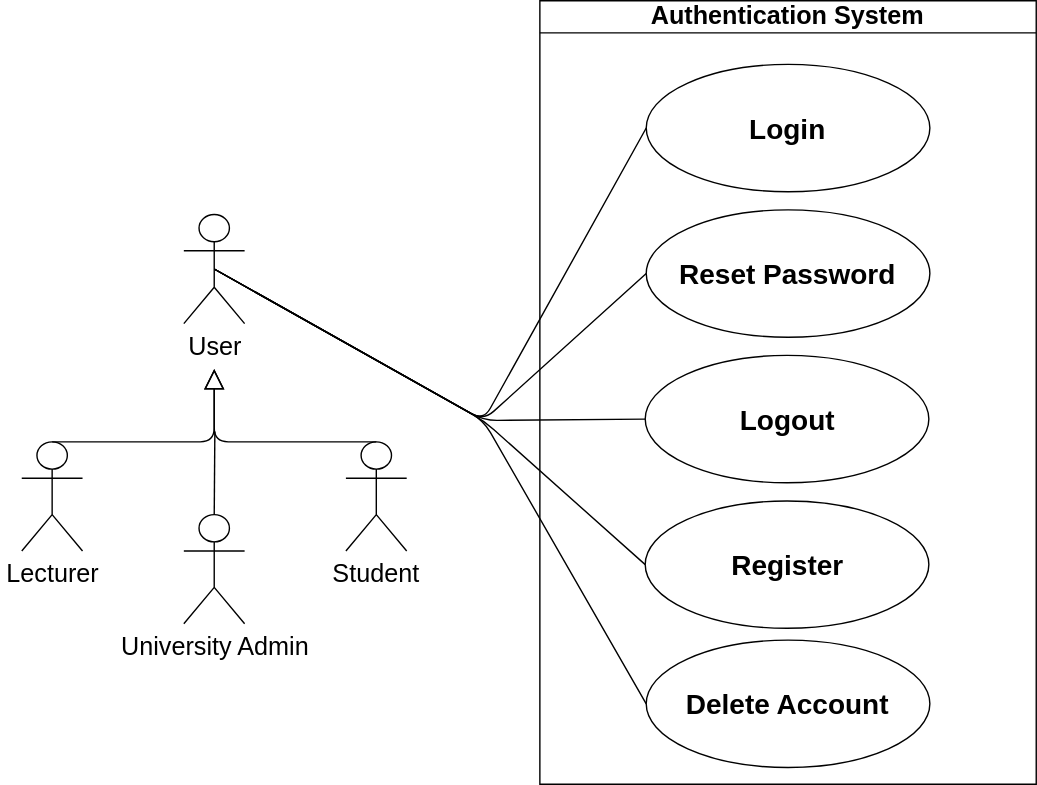
Earlier version of the draw.io export docs/diagrams/requirements/Authentication_System.svg (COS301-SE-2026/UMTAS). Source tidied: cells renumbered, new cells last; positions are measured from the earlier drawing's top-left corner, leaving out a move shared by most shapes. The source it was exported from:
```xml
<mxGraphModel>
  <root>
    <mxCell id="0" />
    <mxCell id="1" parent="0" />
    <mxCell id="2" style="group;" parent="1" vertex="1">
      <mxGeometry width="740" height="560" as="geometry" />
    </mxCell>
    <mxCell id="3" style="endArrow=none;html=1;exitX=0.5;exitY=0;exitDx=0;exitDy=0;exitPerimeter=0;" parent="2" edge="1" source="11">
      <mxGeometry relative="1" as="geometry">
        <mxPoint x="153" y="307.9" as="targetPoint" />
      </mxGeometry>
    </mxCell>
    <mxCell id="4" style="endArrow=none;html=1;exitX=0.5;exitY=0.5;exitDx=0;exitDy=0;exitPerimeter=0;entryX=0;entryY=0.5;entryDx=0;entryDy=0;" parent="2" edge="1" source="9" target="16">
      <mxGeometry relative="1" as="geometry">
        <Array as="points">
          <mxPoint x="345" y="300" />
        </Array>
      </mxGeometry>
    </mxCell>
    <mxCell id="5" style="endArrow=none;html=1;exitX=0.5;exitY=0.5;exitDx=0;exitDy=0;exitPerimeter=0;entryX=0;entryY=0.5;entryDx=0;entryDy=0;" parent="2" edge="1" source="9" target="17">
      <mxGeometry relative="1" as="geometry">
        <Array as="points">
          <mxPoint x="345" y="300" />
        </Array>
      </mxGeometry>
    </mxCell>
    <mxCell id="6" style="endArrow=none;html=1;entryX=0.5;entryY=0.5;entryDx=0;entryDy=0;entryPerimeter=0;exitX=0;exitY=0.5;exitDx=0;exitDy=0;" parent="2" edge="1" source="18" target="9">
      <mxGeometry relative="1" as="geometry">
        <Array as="points">
          <mxPoint x="345" y="300" />
        </Array>
      </mxGeometry>
    </mxCell>
    <mxCell id="7" style="endArrow=none;html=1;exitX=0.5;exitY=0.5;exitDx=0;exitDy=0;exitPerimeter=0;entryX=0;entryY=0.5;entryDx=0;entryDy=0;" parent="2" edge="1" source="9" target="19">
      <mxGeometry relative="1" as="geometry">
        <Array as="points">
          <mxPoint x="345" y="300" />
        </Array>
      </mxGeometry>
    </mxCell>
    <mxCell id="8" style="endArrow=none;html=1;exitX=0.5;exitY=0.5;exitDx=0;exitDy=0;exitPerimeter=0;entryX=0;entryY=0.5;entryDx=0;entryDy=0;" parent="2" edge="1" source="9" target="20">
      <mxGeometry relative="1" as="geometry">
        <Array as="points">
          <mxPoint x="345" y="300" />
        </Array>
      </mxGeometry>
    </mxCell>
    <mxCell id="9" value="&lt;font style=&quot;font-size: 18px;&quot;&gt;User&lt;/font&gt;" style="shape=umlActor;verticalLabelPosition=bottom;verticalAlign=top;html=1;outlineConnect=0;" parent="2" vertex="1">
      <mxGeometry x="130.8" y="152.8" width="43.4" height="78" as="geometry" />
    </mxCell>
    <mxCell id="10" value="&lt;font style=&quot;font-size: 18px;&quot;&gt;Lecturer&lt;/font&gt;" style="shape=umlActor;verticalLabelPosition=bottom;verticalAlign=top;html=1;outlineConnect=0;" parent="2" vertex="1">
      <mxGeometry x="15" y="315.2" width="43.4" height="78" as="geometry" />
    </mxCell>
    <mxCell id="11" value="&lt;font style=&quot;font-size: 18px;&quot;&gt;University Admin&lt;/font&gt;" style="shape=umlActor;verticalLabelPosition=bottom;verticalAlign=top;html=1;outlineConnect=0;" parent="2" vertex="1">
      <mxGeometry x="130.8" y="367.2" width="43.4" height="78" as="geometry" />
    </mxCell>
    <mxCell id="12" value="&lt;font style=&quot;font-size: 18px;&quot;&gt;Student&lt;/font&gt;" style="shape=umlActor;verticalLabelPosition=bottom;verticalAlign=top;html=1;outlineConnect=0;" parent="2" vertex="1">
      <mxGeometry x="246.7" y="315.2" width="43.4" height="78" as="geometry" />
    </mxCell>
    <mxCell id="13" style="edgeStyle=none;html=1;endSize=12;endArrow=block;endFill=0;exitX=0.5;exitY=0;exitDx=0;exitDy=0;exitPerimeter=0;" parent="2" edge="1" source="10">
      <mxGeometry relative="1" as="geometry">
        <mxPoint x="152.5" y="263.2" as="targetPoint" />
        <Array as="points">
          <mxPoint x="152.5" y="315.2" />
        </Array>
      </mxGeometry>
    </mxCell>
    <mxCell id="14" style="edgeStyle=none;html=1;endSize=12;endArrow=block;endFill=0;exitX=0.5;exitY=0;exitDx=0;exitDy=0;exitPerimeter=0;" parent="2" edge="1" source="12">
      <mxGeometry relative="1" as="geometry">
        <mxPoint x="152.5" y="263.2" as="targetPoint" />
        <Array as="points">
          <mxPoint x="152.5" y="315.2" />
        </Array>
      </mxGeometry>
    </mxCell>
    <mxCell id="15" value="&lt;font style=&quot;font-size: 18px;&quot;&gt;Authentication System&lt;/font&gt;" style="swimlane;whiteSpace=wrap;html=1;" parent="2" vertex="1">
      <mxGeometry x="385.3" width="354.7" height="560" as="geometry" />
    </mxCell>
    <mxCell id="16" value="&lt;font style=&quot;font-size: 20px;&quot;&gt;&lt;b&gt;Logout&lt;/b&gt;&lt;/font&gt;" style="ellipse;whiteSpace=wrap;html=1;" parent="2" vertex="1">
      <mxGeometry x="460.6" y="253.5" width="202.7" height="91" as="geometry" />
    </mxCell>
    <mxCell id="17" value="&lt;font style=&quot;font-size: 20px;&quot;&gt;&lt;b&gt;Login&lt;/b&gt;&lt;/font&gt;" style="ellipse;whiteSpace=wrap;html=1;" parent="2" vertex="1">
      <mxGeometry x="461.3" y="45.5" width="202.7" height="91" as="geometry" />
    </mxCell>
    <mxCell id="18" value="&lt;font style=&quot;font-size: 20px;&quot;&gt;&lt;b&gt;Reset Password&lt;/b&gt;&lt;/font&gt;" style="ellipse;whiteSpace=wrap;html=1;" parent="2" vertex="1">
      <mxGeometry x="461.3" y="149.5" width="202.7" height="91" as="geometry" />
    </mxCell>
    <mxCell id="19" value="&lt;font style=&quot;font-size: 20px;&quot;&gt;&lt;b&gt;Register&lt;/b&gt;&lt;/font&gt;" style="ellipse;whiteSpace=wrap;html=1;" parent="2" vertex="1">
      <mxGeometry x="460.6" y="357.5" width="202.7" height="91" as="geometry" />
    </mxCell>
    <mxCell id="20" value="&lt;font style=&quot;font-size: 20px;&quot;&gt;&lt;b&gt;Delete Account&lt;/b&gt;&lt;/font&gt;" style="ellipse;whiteSpace=wrap;html=1;" parent="2" vertex="1">
      <mxGeometry x="461.3" y="457" width="202.7" height="91" as="geometry" />
    </mxCell>
  </root>
</mxGraphModel>
```
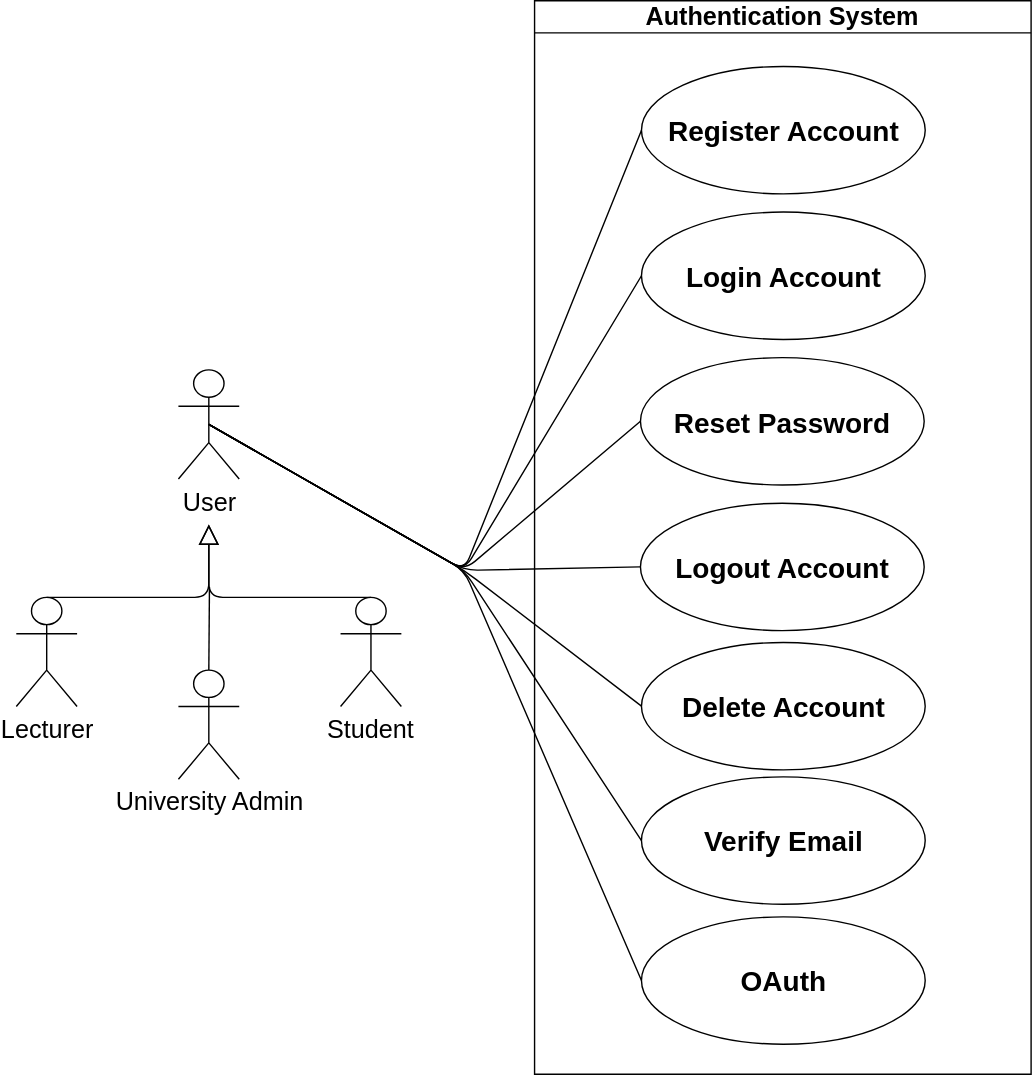
Later version of the same file.

Diff of the diagram source:
```diff
@@ -2,94 +2,114 @@
   <root>
     <mxCell id="0" />
     <mxCell id="1" parent="0" />
-    <mxCell id="2" style="group;" parent="1" vertex="1">
-      <mxGeometry width="740" height="560" as="geometry" />
-    </mxCell>
+    <mxCell id="21" style="group;" parent="1" vertex="1">
+      <mxGeometry x="15" y="-7" width="725" height="767" as="geometry" />
+    </mxCell>
-    <mxCell id="3" style="endArrow=none;html=1;exitX=0.5;exitY=0;exitDx=0;exitDy=0;exitPerimeter=0;" parent="2" edge="1" source="11">
+    <mxCell id="3" style="endArrow=none;html=1;exitX=0.5;exitY=0;exitDx=0;exitDy=0;exitPerimeter=0;" parent="21" edge="1" source="11">
       <mxGeometry relative="1" as="geometry">
-        <mxPoint x="153" y="307.9" as="targetPoint" />
+        <mxPoint x="138" y="418.9" as="targetPoint" />
       </mxGeometry>
     </mxCell>
-    <mxCell id="4" style="endArrow=none;html=1;exitX=0.5;exitY=0.5;exitDx=0;exitDy=0;exitPerimeter=0;entryX=0;entryY=0.5;entryDx=0;entryDy=0;" parent="2" edge="1" source="9" target="16">
+    <mxCell id="4" style="endArrow=none;html=1;exitX=0.5;exitY=0.5;exitDx=0;exitDy=0;exitPerimeter=0;entryX=0;entryY=0.5;entryDx=0;entryDy=0;" parent="21" edge="1" source="9" target="16">
       <mxGeometry relative="1" as="geometry">
         <Array as="points">
-          <mxPoint x="345" y="300" />
+          <mxPoint x="320" y="407" />
         </Array>
       </mxGeometry>
     </mxCell>
-    <mxCell id="5" style="endArrow=none;html=1;exitX=0.5;exitY=0.5;exitDx=0;exitDy=0;exitPerimeter=0;entryX=0;entryY=0.5;entryDx=0;entryDy=0;" parent="2" edge="1" source="9" target="17">
+    <mxCell id="5" style="endArrow=none;html=1;exitX=0.5;exitY=0.5;exitDx=0;exitDy=0;exitPerimeter=0;entryX=0;entryY=0.5;entryDx=0;entryDy=0;" parent="21" edge="1" source="9" target="17">
       <mxGeometry relative="1" as="geometry">
         <Array as="points">
-          <mxPoint x="345" y="300" />
+          <mxPoint x="320" y="407" />
         </Array>
       </mxGeometry>
     </mxCell>
-    <mxCell id="6" style="endArrow=none;html=1;entryX=0.5;entryY=0.5;entryDx=0;entryDy=0;entryPerimeter=0;exitX=0;exitY=0.5;exitDx=0;exitDy=0;" parent="2" edge="1" source="18" target="9">
+    <mxCell id="6" style="endArrow=none;html=1;entryX=0.5;entryY=0.5;entryDx=0;entryDy=0;entryPerimeter=0;exitX=0;exitY=0.5;exitDx=0;exitDy=0;" parent="21" edge="1" source="18" target="9">
       <mxGeometry relative="1" as="geometry">
         <Array as="points">
-          <mxPoint x="345" y="300" />
+          <mxPoint x="320" y="407" />
         </Array>
       </mxGeometry>
     </mxCell>
-    <mxCell id="7" style="endArrow=none;html=1;exitX=0.5;exitY=0.5;exitDx=0;exitDy=0;exitPerimeter=0;entryX=0;entryY=0.5;entryDx=0;entryDy=0;" parent="2" edge="1" source="9" target="19">
+    <mxCell id="7" style="endArrow=none;html=1;exitX=0.5;exitY=0.5;exitDx=0;exitDy=0;exitPerimeter=0;entryX=0;entryY=0.5;entryDx=0;entryDy=0;" parent="21" edge="1" source="9" target="19">
       <mxGeometry relative="1" as="geometry">
         <Array as="points">
-          <mxPoint x="345" y="300" />
+          <mxPoint x="320" y="407" />
         </Array>
       </mxGeometry>
     </mxCell>
-    <mxCell id="8" style="endArrow=none;html=1;exitX=0.5;exitY=0.5;exitDx=0;exitDy=0;exitPerimeter=0;entryX=0;entryY=0.5;entryDx=0;entryDy=0;" parent="2" edge="1" source="9" target="20">
+    <mxCell id="8" style="endArrow=none;html=1;exitX=0.5;exitY=0.5;exitDx=0;exitDy=0;exitPerimeter=0;entryX=0;entryY=0.5;entryDx=0;entryDy=0;" parent="21" edge="1" source="9" target="20">
       <mxGeometry relative="1" as="geometry">
         <Array as="points">
-          <mxPoint x="345" y="300" />
+          <mxPoint x="320" y="407" />
         </Array>
       </mxGeometry>
     </mxCell>
-    <mxCell id="9" value="&lt;font style=&quot;font-size: 18px;&quot;&gt;User&lt;/font&gt;" style="shape=umlActor;verticalLabelPosition=bottom;verticalAlign=top;html=1;outlineConnect=0;" parent="2" vertex="1">
-      <mxGeometry x="130.8" y="152.8" width="43.4" height="78" as="geometry" />
+    <mxCell id="9" value="&lt;font style=&quot;font-size: 18px;&quot;&gt;User&lt;/font&gt;" style="shape=umlActor;verticalLabelPosition=bottom;verticalAlign=top;html=1;outlineConnect=0;" parent="21" vertex="1">
+      <mxGeometry x="115.8" y="263.8" width="43.4" height="78" as="geometry" />
     </mxCell>
-    <mxCell id="10" value="&lt;font style=&quot;font-size: 18px;&quot;&gt;Lecturer&lt;/font&gt;" style="shape=umlActor;verticalLabelPosition=bottom;verticalAlign=top;html=1;outlineConnect=0;" parent="2" vertex="1">
-      <mxGeometry x="15" y="315.2" width="43.4" height="78" as="geometry" />
+    <mxCell id="10" value="&lt;font style=&quot;font-size: 18px;&quot;&gt;Lecturer&lt;/font&gt;" style="shape=umlActor;verticalLabelPosition=bottom;verticalAlign=top;html=1;outlineConnect=0;" parent="21" vertex="1">
+      <mxGeometry y="426.2" width="43.4" height="78" as="geometry" />
     </mxCell>
-    <mxCell id="11" value="&lt;font style=&quot;font-size: 18px;&quot;&gt;University Admin&lt;/font&gt;" style="shape=umlActor;verticalLabelPosition=bottom;verticalAlign=top;html=1;outlineConnect=0;" parent="2" vertex="1">
-      <mxGeometry x="130.8" y="367.2" width="43.4" height="78" as="geometry" />
+    <mxCell id="11" value="&lt;font style=&quot;font-size: 18px;&quot;&gt;University Admin&lt;/font&gt;" style="shape=umlActor;verticalLabelPosition=bottom;verticalAlign=top;html=1;outlineConnect=0;" parent="21" vertex="1">
+      <mxGeometry x="115.8" y="478.2" width="43.4" height="78" as="geometry" />
     </mxCell>
-    <mxCell id="12" value="&lt;font style=&quot;font-size: 18px;&quot;&gt;Student&lt;/font&gt;" style="shape=umlActor;verticalLabelPosition=bottom;verticalAlign=top;html=1;outlineConnect=0;" parent="2" vertex="1">
-      <mxGeometry x="246.7" y="315.2" width="43.4" height="78" as="geometry" />
+    <mxCell id="12" value="&lt;font style=&quot;font-size: 18px;&quot;&gt;Student&lt;/font&gt;" style="shape=umlActor;verticalLabelPosition=bottom;verticalAlign=top;html=1;outlineConnect=0;" parent="21" vertex="1">
+      <mxGeometry x="231.7" y="426.2" width="43.4" height="78" as="geometry" />
     </mxCell>
-    <mxCell id="13" style="edgeStyle=none;html=1;endSize=12;endArrow=block;endFill=0;exitX=0.5;exitY=0;exitDx=0;exitDy=0;exitPerimeter=0;" parent="2" edge="1" source="10">
+    <mxCell id="13" style="edgeStyle=none;html=1;endSize=12;endArrow=block;endFill=0;exitX=0.5;exitY=0;exitDx=0;exitDy=0;exitPerimeter=0;" parent="21" edge="1" source="10">
       <mxGeometry relative="1" as="geometry">
-        <mxPoint x="152.5" y="263.2" as="targetPoint" />
+        <mxPoint x="137.5" y="374.2" as="targetPoint" />
         <Array as="points">
-          <mxPoint x="152.5" y="315.2" />
+          <mxPoint x="137.5" y="426.2" />
         </Array>
       </mxGeometry>
     </mxCell>
-    <mxCell id="14" style="edgeStyle=none;html=1;endSize=12;endArrow=block;endFill=0;exitX=0.5;exitY=0;exitDx=0;exitDy=0;exitPerimeter=0;" parent="2" edge="1" source="12">
+    <mxCell id="14" style="edgeStyle=none;html=1;endSize=12;endArrow=block;endFill=0;exitX=0.5;exitY=0;exitDx=0;exitDy=0;exitPerimeter=0;" parent="21" edge="1" source="12">
       <mxGeometry relative="1" as="geometry">
-        <mxPoint x="152.5" y="263.2" as="targetPoint" />
+        <mxPoint x="137.5" y="374.2" as="targetPoint" />
         <Array as="points">
-          <mxPoint x="152.5" y="315.2" />
+          <mxPoint x="137.5" y="426.2" />
         </Array>
       </mxGeometry>
     </mxCell>
-    <mxCell id="15" value="&lt;font style=&quot;font-size: 18px;&quot;&gt;Authentication System&lt;/font&gt;" style="swimlane;whiteSpace=wrap;html=1;" parent="2" vertex="1">
-      <mxGeometry x="385.3" width="354.7" height="560" as="geometry" />
+    <mxCell id="15" value="&lt;font style=&quot;font-size: 18px;&quot;&gt;Authentication System&lt;/font&gt;" style="swimlane;whiteSpace=wrap;html=1;" parent="21" vertex="1">
+      <mxGeometry x="370.3" width="354.7" height="767" as="geometry" />
     </mxCell>
-    <mxCell id="16" value="&lt;font style=&quot;font-size: 20px;&quot;&gt;&lt;b&gt;Logout&lt;/b&gt;&lt;/font&gt;" style="ellipse;whiteSpace=wrap;html=1;" parent="2" vertex="1">
-      <mxGeometry x="460.6" y="253.5" width="202.7" height="91" as="geometry" />
-    </mxCell>
-    <mxCell id="17" value="&lt;font style=&quot;font-size: 20px;&quot;&gt;&lt;b&gt;Login&lt;/b&gt;&lt;/font&gt;" style="ellipse;whiteSpace=wrap;html=1;" parent="2" vertex="1">
-      <mxGeometry x="461.3" y="45.5" width="202.7" height="91" as="geometry" />
+    <mxCell id="17" value="&lt;font style=&quot;font-size: 20px;&quot;&gt;&lt;b&gt;Register Account&lt;/b&gt;&lt;/font&gt;" style="ellipse;whiteSpace=wrap;html=1;" parent="15" vertex="1">
+      <mxGeometry x="76.4" y="47" width="202.7" height="91" as="geometry" />
     </mxCell>
-    <mxCell id="18" value="&lt;font style=&quot;font-size: 20px;&quot;&gt;&lt;b&gt;Reset Password&lt;/b&gt;&lt;/font&gt;" style="ellipse;whiteSpace=wrap;html=1;" parent="2" vertex="1">
-      <mxGeometry x="461.3" y="149.5" width="202.7" height="91" as="geometry" />
+    <mxCell id="18" value="&lt;font style=&quot;font-size: 20px;&quot;&gt;&lt;b&gt;Login Account&lt;/b&gt;&lt;/font&gt;" style="ellipse;whiteSpace=wrap;html=1;" parent="15" vertex="1">
+      <mxGeometry x="76.4" y="151" width="202.7" height="91" as="geometry" />
     </mxCell>
+    <mxCell id="16" value="&lt;font style=&quot;font-size: 20px;&quot;&gt;&lt;b&gt;Reset Password&lt;/b&gt;&lt;/font&gt;" style="ellipse;whiteSpace=wrap;html=1;" parent="15" vertex="1">
+      <mxGeometry x="75.7" y="255" width="202.7" height="91" as="geometry" />
+    </mxCell>
-    <mxCell id="19" value="&lt;font style=&quot;font-size: 20px;&quot;&gt;&lt;b&gt;Register&lt;/b&gt;&lt;/font&gt;" style="ellipse;whiteSpace=wrap;html=1;" parent="2" vertex="1">
-      <mxGeometry x="460.6" y="357.5" width="202.7" height="91" as="geometry" />
+    <mxCell id="19" value="&lt;font style=&quot;font-size: 20px;&quot;&gt;&lt;b&gt;Logout Account&lt;/b&gt;&lt;/font&gt;" style="ellipse;whiteSpace=wrap;html=1;" parent="15" vertex="1">
+      <mxGeometry x="75.7" y="359" width="202.7" height="91" as="geometry" />
     </mxCell>
-    <mxCell id="20" value="&lt;font style=&quot;font-size: 20px;&quot;&gt;&lt;b&gt;Delete Account&lt;/b&gt;&lt;/font&gt;" style="ellipse;whiteSpace=wrap;html=1;" parent="2" vertex="1">
-      <mxGeometry x="461.3" y="457" width="202.7" height="91" as="geometry" />
+    <mxCell id="20" value="&lt;font style=&quot;font-size: 20px;&quot;&gt;&lt;b&gt;Delete Account&lt;/b&gt;&lt;/font&gt;" style="ellipse;whiteSpace=wrap;html=1;" parent="15" vertex="1">
+      <mxGeometry x="76.4" y="458.5" width="202.7" height="91" as="geometry" />
     </mxCell>
+    <mxCell id="22" value="&lt;font style=&quot;font-size: 20px;&quot;&gt;&lt;b&gt;Verify Email&lt;/b&gt;&lt;/font&gt;" style="ellipse;whiteSpace=wrap;html=1;" parent="15" vertex="1">
+      <mxGeometry x="76.4" y="554.5" width="202.7" height="91" as="geometry" />
+    </mxCell>
+    <mxCell id="23" value="&lt;font style=&quot;font-size: 20px;&quot;&gt;&lt;b&gt;OAuth&lt;/b&gt;&lt;/font&gt;" style="ellipse;whiteSpace=wrap;html=1;" parent="15" vertex="1">
+      <mxGeometry x="76.4" y="654.5" width="202.7" height="91" as="geometry" />
+    </mxCell>
+    <mxCell id="24" style="endArrow=none;html=1;exitX=0.5;exitY=0.5;exitDx=0;exitDy=0;exitPerimeter=0;entryX=0;entryY=0.5;entryDx=0;entryDy=0;" parent="21" edge="1" source="9" target="22">
+      <mxGeometry relative="1" as="geometry">
+        <Array as="points">
+          <mxPoint x="320" y="407" />
+        </Array>
+      </mxGeometry>
+    </mxCell>
+    <mxCell id="25" style="endArrow=none;html=1;exitX=0.5;exitY=0.5;exitDx=0;exitDy=0;exitPerimeter=0;entryX=0;entryY=0.5;entryDx=0;entryDy=0;" parent="21" edge="1" source="9" target="23">
+      <mxGeometry relative="1" as="geometry">
+        <Array as="points">
+          <mxPoint x="320" y="407" />
+        </Array>
+      </mxGeometry>
+    </mxCell>
   </root>
 </mxGraphModel>
```
